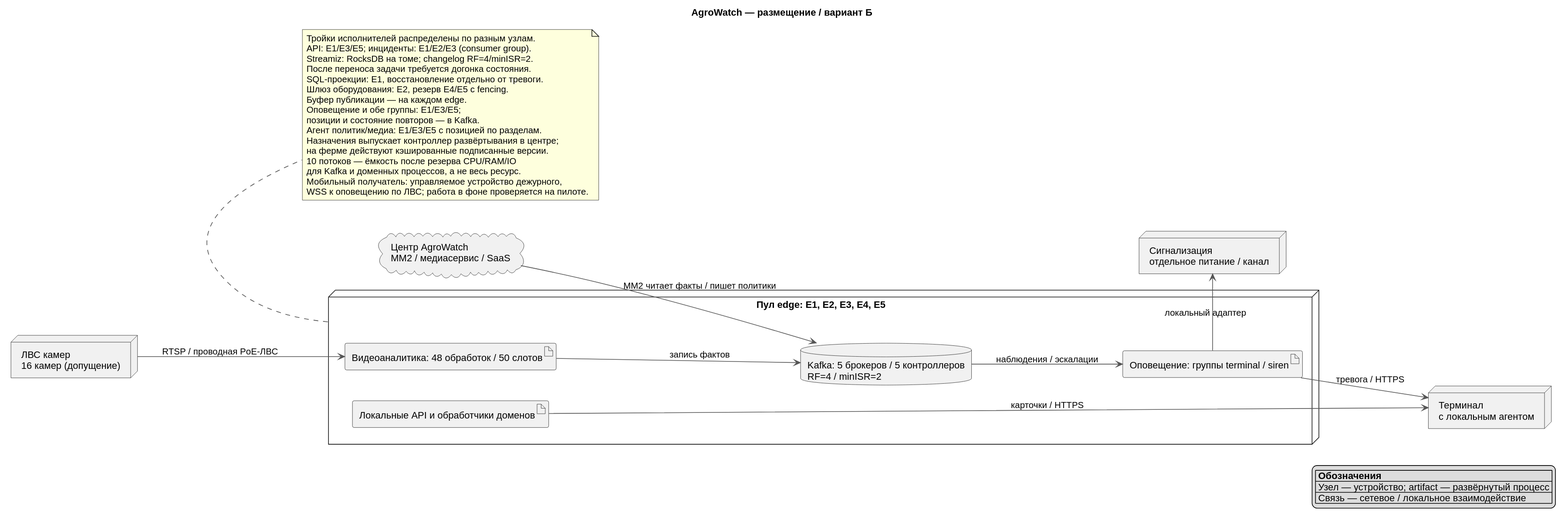
Above: Task1/diagrams/deployment-b.svg in rozhkovsvyat/MSA-AgroTech (PlantUML), before the change.
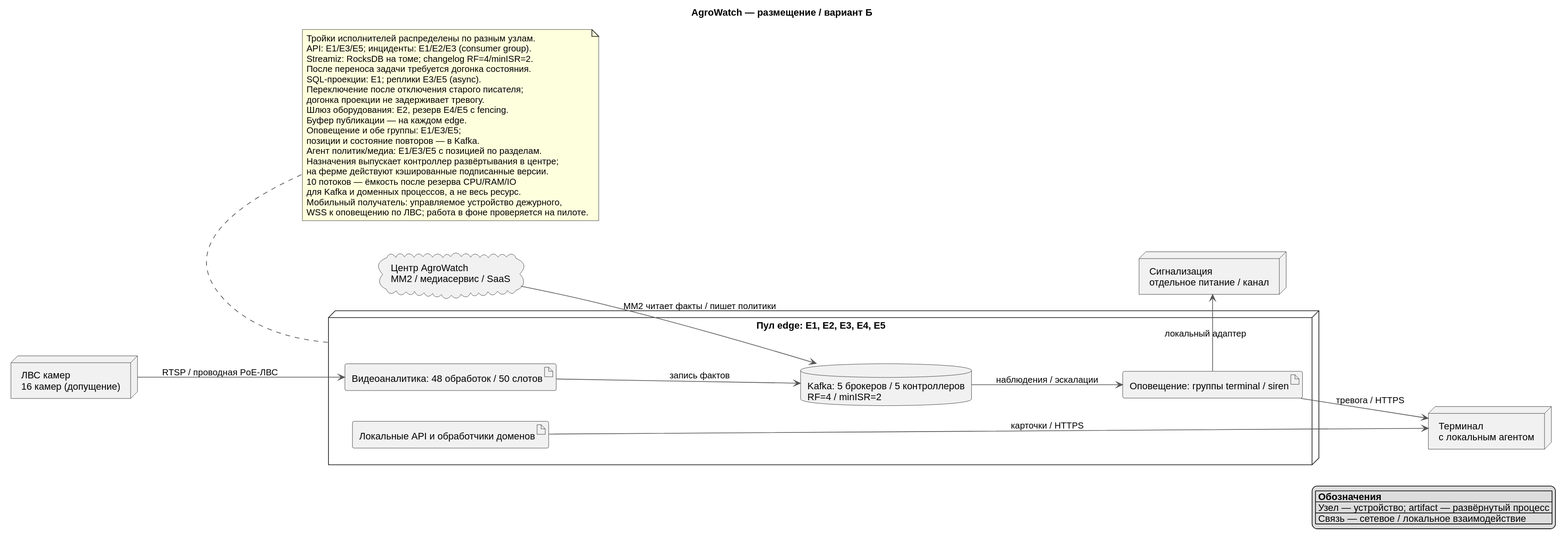
The same diagram one commit later.

What changed in the source:
```diff
@@ -33,7 +33,9 @@
 API: E1/E3/E5; инциденты: E1/E2/E3 (consumer group).
 Streamiz: RocksDB на томе; changelog RF=4/minISR=2.
 После переноса задачи требуется догонка состояния.
-SQL-проекции: E1, восстановление отдельно от тревоги.
+SQL-проекции: E1; реплики E3/E5 (async).
+Переключение после отключения старого писателя;
+догонка проекции не задерживает тревогу.
 Шлюз оборудования: E2, резерв E4/E5 с fencing.
 Буфер публикации — на каждом edge.
 Оповещение и обе группы: E1/E3/E5;
```
